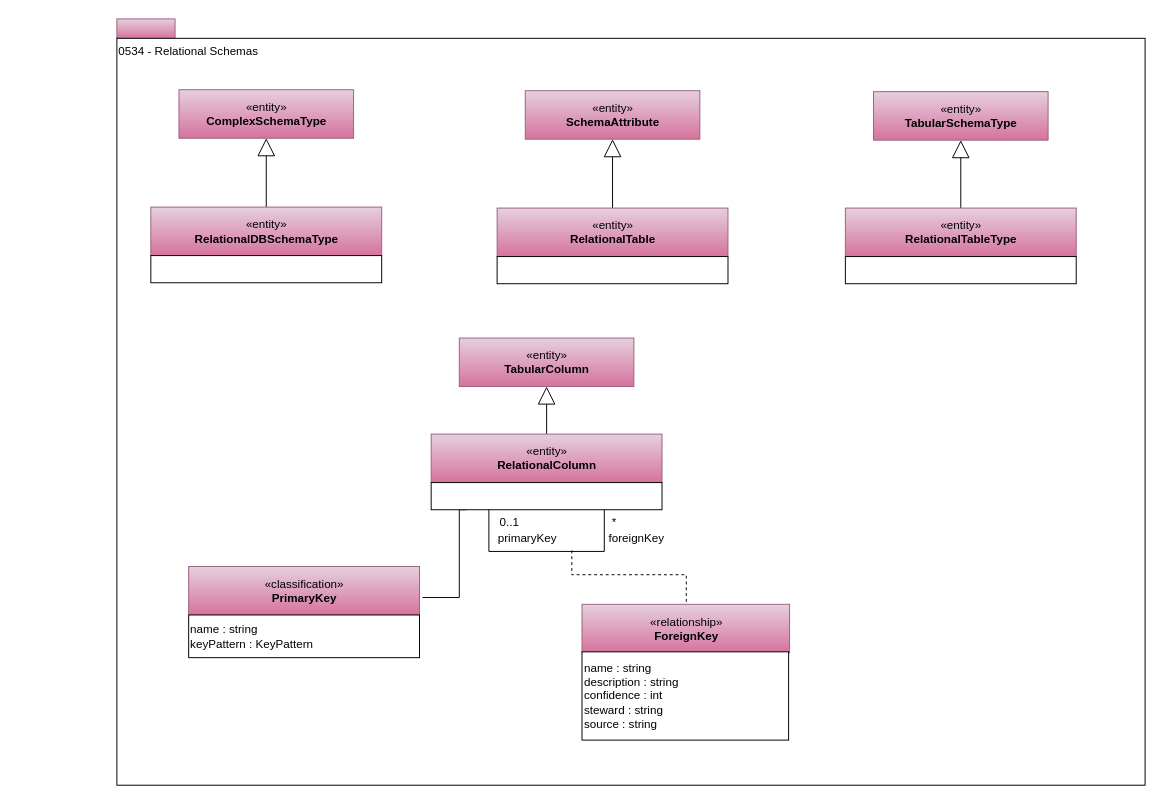
Before: page "0534-Relational-Schemas" (15 of 27) of open-metadata-publication/website/open-metadata-types/area-5-models-and-schema.drawio in odpi/egeria, a draw.io diagram. Source tidied: cells renumbered, new cells numbered last; positions are measured from the earlier drawing's top-left corner, leaving out a move shared by most shapes. Both pictures are drawn from the tidied source at 97%, with x=0, y=0 at pixel (116, 18).
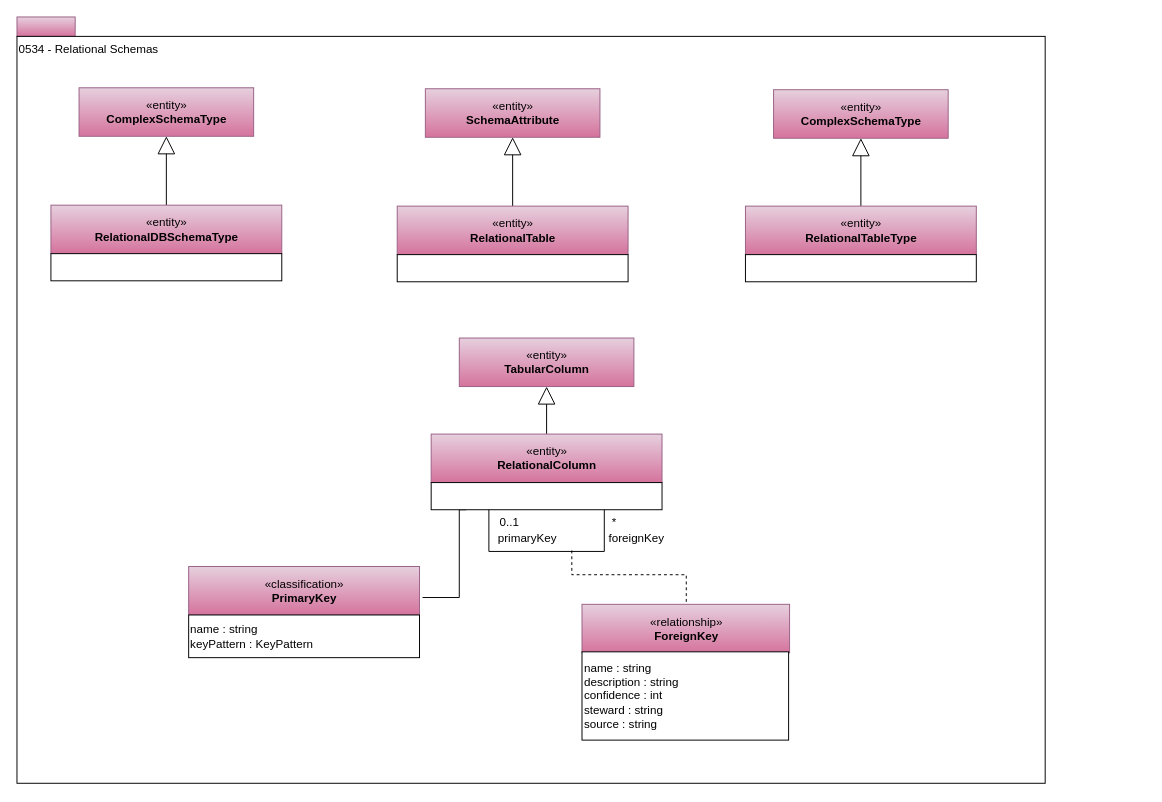
The same page after the edit.

The edit, as a diff of the source:
```diff
@@
     <mxCell id="2" style="rounded=0;whiteSpace=wrap;html=1;align=left;fillColor=#e6d0de;strokeColor=#996185;gradientColor=#d5739d;" parent="1" vertex="1">
-      <mxGeometry width="60" height="20" as="geometry" />
+      <mxGeometry x="-103" y="-2" width="60" height="20" as="geometry" />
     </mxCell>
     <mxCell id="3" value="0534 - Relational Schemas" style="rounded=0;whiteSpace=wrap;html=1;align=left;verticalAlign=top;" parent="1" vertex="1">
-      <mxGeometry y="20" width="1060" height="770" as="geometry" />
+      <mxGeometry x="-103" y="18" width="1060" height="770" as="geometry" />
     </mxCell>
@@
     <mxCell id="5" value="«entity»&lt;br&gt;&lt;b&gt;ComplexSchemaType&lt;/b&gt;" style="html=1;strokeColor=#996185;align=center;fillColor=#e6d0de;gradientColor=#d5739d;" parent="1" vertex="1">
-      <mxGeometry x="64" y="73" width="180" height="50" as="geometry" />
+      <mxGeometry x="-39" y="71" width="180" height="50" as="geometry" />
     </mxCell>
@@
     <mxCell id="7" value="«entity»&lt;br&gt;&lt;b&gt;SchemaAttribute&lt;/b&gt;" style="html=1;strokeColor=#996185;align=center;fillColor=#e6d0de;gradientColor=#d5739d;" parent="1" vertex="1">
-      <mxGeometry x="421" y="74" width="180" height="50" as="geometry" />
+      <mxGeometry x="318" y="72" width="180" height="50" as="geometry" />
     </mxCell>
@@
     <mxCell id="9" style="edgeStyle=orthogonalEdgeStyle;rounded=0;orthogonalLoop=1;jettySize=auto;html=1;exitX=0.5;exitY=0;exitDx=0;exitDy=0;startSize=6;endArrow=block;endFill=0;endSize=16;" parent="1" edge="1">
       <mxGeometry relative="1" as="geometry">
-        <mxPoint x="154" y="384" as="targetPoint" />
+        <mxPoint x="51" y="382" as="targetPoint" />
       </mxGeometry>
     </mxCell>
@@
     <mxCell id="14" style="edgeStyle=orthogonalEdgeStyle;rounded=0;orthogonalLoop=1;jettySize=auto;html=1;exitX=0.5;exitY=0;exitDx=0;exitDy=0;startSize=6;endArrow=block;endFill=0;endSize=16;" parent="1" edge="1">
       <mxGeometry relative="1" as="geometry">
-        <mxPoint x="656" y="384" as="targetPoint" />
+        <mxPoint x="553" y="382" as="targetPoint" />
       </mxGeometry>
     </mxCell>
@@
     <mxCell id="21" style="group;" parent="1" vertex="1">
-      <mxGeometry x="35" y="194" width="238" height="78" as="geometry" />
+      <mxGeometry x="-68" y="192" width="238" height="78" as="geometry" />
     </mxCell>
@@
     <mxCell id="24" style="group;" parent="1" vertex="1">
-      <mxGeometry x="392" y="195" width="238" height="78" as="geometry" />
+      <mxGeometry x="289" y="193" width="238" height="78" as="geometry" />
     </mxCell>
@@
-    <mxCell id="34" value="«entity»&lt;br&gt;&lt;b&gt;TabularSchemaType&lt;/b&gt;" style="html=1;strokeColor=#996185;align=center;fillColor=#e6d0de;gradientColor=#d5739d;" parent="1" vertex="1">
-      <mxGeometry x="780" y="75" width="180" height="50" as="geometry" />
+    <mxCell id="34" value="«entity»&lt;br&gt;&lt;b&gt;ComplexSchemaType&lt;/b&gt;" style="html=1;strokeColor=#996185;align=center;fillColor=#e6d0de;gradientColor=#d5739d;" parent="1" vertex="1">
+      <mxGeometry x="677" y="73" width="180" height="50" as="geometry" />
     </mxCell>
     <mxCell id="35" style="group;" parent="1" vertex="1">
-      <mxGeometry x="751" y="195" width="238" height="78" as="geometry" />
+      <mxGeometry x="648" y="193" width="238" height="78" as="geometry" />
     </mxCell>
```
